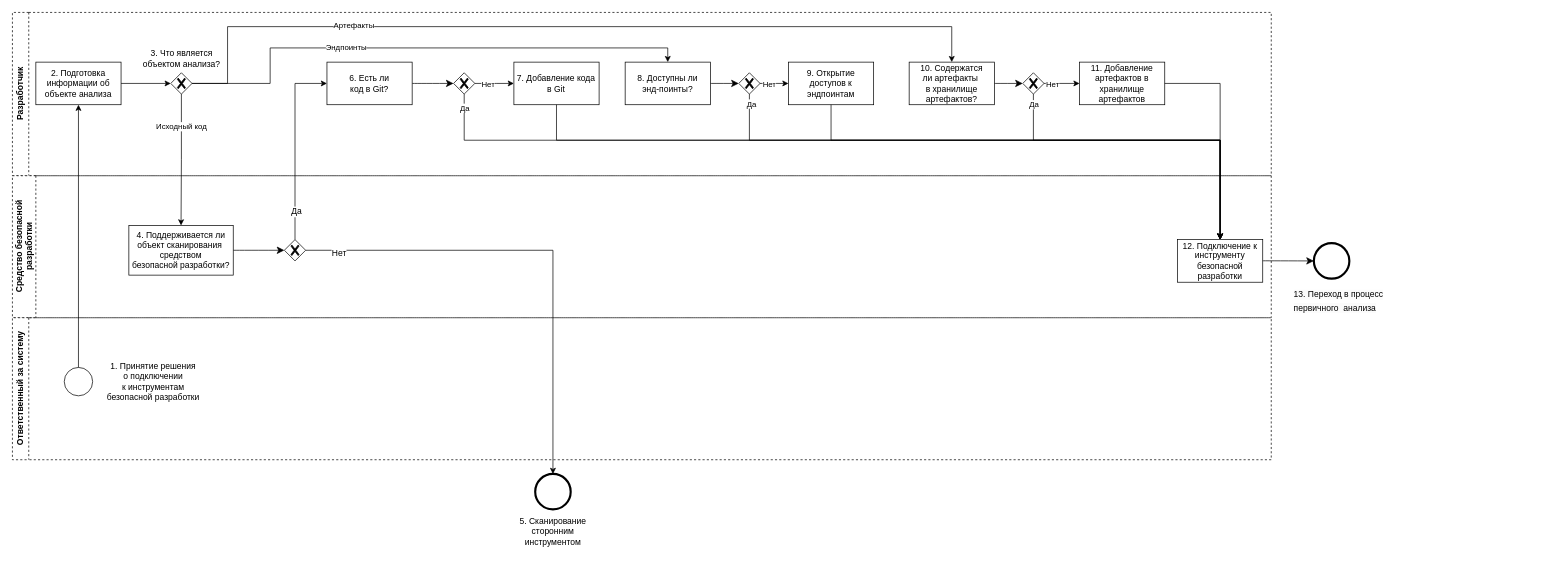
Earlier version of the draw.io diagram page "Подключение" (1 of 4) of Alfa.drawio (GoluzinaD/Python). Source tidied: cells renumbered, new cells numbered last; positions are measured from the earlier drawing's top-left corner, leaving out a move shared by most shapes. Both pictures are drawn from the tidied source at 71%, with x=0, y=0 at pixel (12, 12).
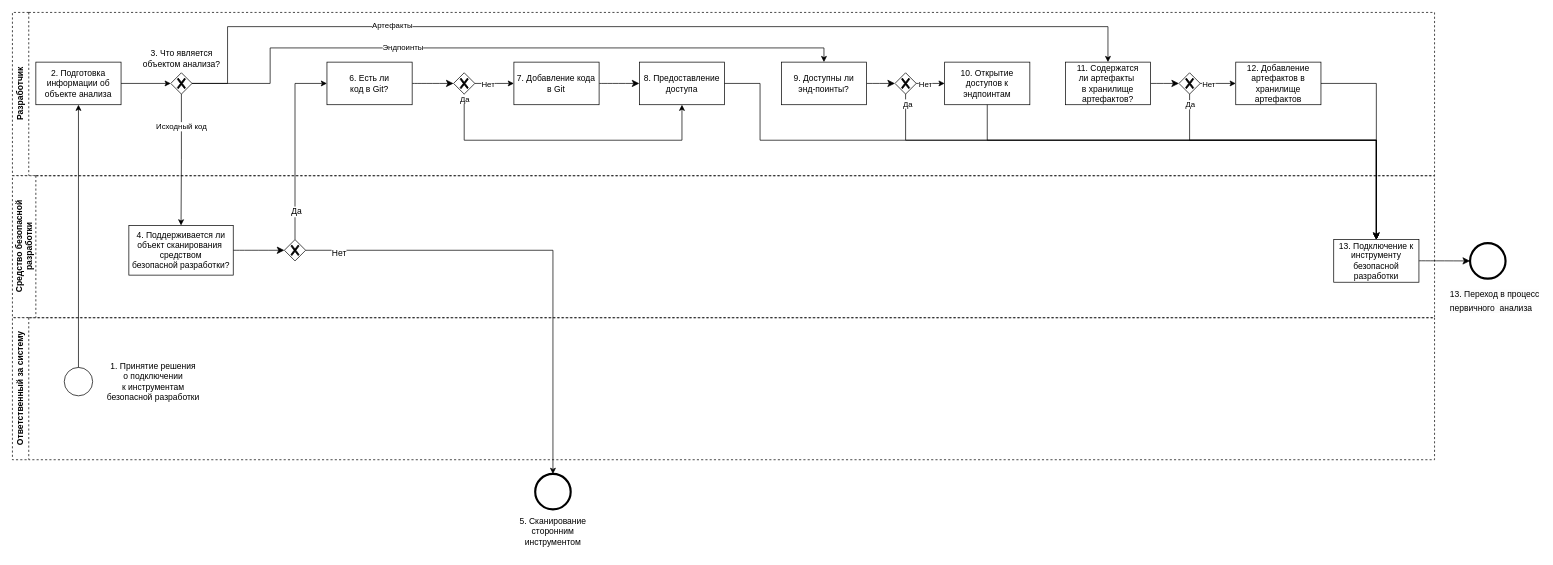
Above is the later version.

The change refers to these unchanged cells:
```xml
<mxCell id="8" style="points=[[0.25,0.25,0],[0.5,0,0],[0.75,0.25,0],[1,0.5,0],[0.75,0.75,0],[0.5,1,0],[0.25,0.75,0],[0,0.5,0]];shape=mxgraph.bpmn.gateway2;html=1;verticalLabelPosition=bottom;labelBackgroundColor=#ffffff;verticalAlign=top;align=center;perimeter=rhombusPerimeter;outlineConnect=0;outline=none;symbol=none;gwType=exclusive;" parent="3" vertex="1">
  <mxGeometry x="223" y="85" width="30" height="30" as="geometry" />
</mxCell>
<mxCell id="12" style="points=[[0.25,0.25,0],[0.5,0,0],[0.75,0.25,0],[1,0.5,0],[0.75,0.75,0],[0.5,1,0],[0.25,0.75,0],[0,0.5,0]];shape=mxgraph.bpmn.gateway2;html=1;verticalLabelPosition=bottom;labelBackgroundColor=#ffffff;verticalAlign=top;align=center;perimeter=rhombusPerimeter;outlineConnect=0;outline=none;symbol=none;gwType=exclusive;" parent="3" vertex="1">
  <mxGeometry x="621.3" y="85" width="30" height="30" as="geometry" />
</mxCell>
<mxCell id="19" value="7. Добавление кода в Git" style="rounded=0;whiteSpace=wrap;html=1;" parent="3" vertex="1">
  <mxGeometry x="706.3" y="70" width="120" height="60" as="geometry" />
</mxCell>
```

Change to the diagram source:
```diff
@@
     <mxCell id="3" value="Разработчик" style="swimlane;horizontal=0;whiteSpace=wrap;html=1;dashed=1;" parent="1" vertex="1">
-      <mxGeometry width="1773" height="230" as="geometry" />
+      <mxGeometry width="2003" height="230" as="geometry" />
     </mxCell>
-    <mxCell id="4" style="edgeStyle=orthogonalEdgeStyle;rounded=0;jettySize=auto;html=1;" parent="3" edge="1" source="8">
+    <mxCell id="4" style="edgeStyle=orthogonalEdgeStyle;rounded=0;jettySize=auto;html=1;entryX=0.5;entryY=0;entryDx=0;entryDy=0;" parent="3" edge="1" source="8" target="27">
       <mxGeometry relative="1" as="geometry">
-        <mxPoint x="923" y="70" as="targetPoint" />
         <Array as="points">
           <mxPoint x="363" y="100" />
           <mxPoint x="363" y="50" />
-          <mxPoint x="923" y="50" />
+          <mxPoint x="1143" y="50" />
         </Array>
       </mxGeometry>
     </mxCell>
@@
     <mxCell id="6" style="edgeStyle=orthogonalEdgeStyle;rounded=0;jettySize=auto;html=1;entryX=0.5;entryY=0;entryDx=0;entryDy=0;" parent="3" edge="1" source="8" target="29">
       <mxGeometry relative="1" as="geometry">
         <Array as="points">
           <mxPoint x="303" y="100" />
           <mxPoint x="303" y="20" />
-          <mxPoint x="1323" y="20" />
+          <mxPoint x="1543" y="20" />
         </Array>
       </mxGeometry>
     </mxCell>
@@
     <mxCell id="13" style="edgeStyle=orthogonalEdgeStyle;rounded=0;jettySize=auto;html=1;entryX=0;entryY=0.5;entryDx=0;entryDy=0;" parent="3" edge="1" source="15" target="20">
       <mxGeometry relative="1" as="geometry">
         <Array as="points">
-          <mxPoint x="1073" y="100" />
-          <mxPoint x="1073" y="100" />
+          <mxPoint x="1293" y="100" />
+          <mxPoint x="1293" y="100" />
         </Array>
       </mxGeometry>
     </mxCell>
@@
     <mxCell id="15" style="points=[[0.25,0.25,0],[0.5,0,0],[0.75,0.25,0],[1,0.5,0],[0.75,0.75,0],[0.5,1,0],[0.25,0.75,0],[0,0.5,0]];shape=mxgraph.bpmn.gateway2;html=1;verticalLabelPosition=bottom;labelBackgroundColor=#ffffff;verticalAlign=top;align=center;perimeter=rhombusPerimeter;outlineConnect=0;outline=none;symbol=none;gwType=exclusive;" parent="3" vertex="1">
-      <mxGeometry x="1023" y="85" width="30" height="30" as="geometry" />
+      <mxGeometry x="1243" y="85" width="30" height="30" as="geometry" />
     </mxCell>
     <mxCell id="16" style="edgeStyle=orthogonalEdgeStyle;rounded=0;jettySize=auto;html=1;entryX=0;entryY=0.5;entryDx=0;entryDy=0;" parent="3" edge="1" source="18" target="21">
       <mxGeometry relative="1" as="geometry">
         <Array as="points">
-          <mxPoint x="1473" y="100" />
-          <mxPoint x="1473" y="100" />
+          <mxPoint x="1693" y="100" />
+          <mxPoint x="1693" y="100" />
         </Array>
       </mxGeometry>
     </mxCell>
@@
     <mxCell id="18" style="points=[[0.25,0.25,0],[0.5,0,0],[0.75,0.25,0],[1,0.5,0],[0.75,0.75,0],[0.5,1,0],[0.25,0.75,0],[0,0.5,0]];shape=mxgraph.bpmn.gateway2;html=1;verticalLabelPosition=bottom;labelBackgroundColor=#ffffff;verticalAlign=top;align=center;perimeter=rhombusPerimeter;outlineConnect=0;outline=none;symbol=none;gwType=exclusive;" parent="3" vertex="1">
-      <mxGeometry x="1423" y="85" width="30" height="30" as="geometry" />
+      <mxGeometry x="1643" y="85" width="30" height="30" as="geometry" />
     </mxCell>
+    <mxCell id="58" style="edgeStyle=none;curved=1;rounded=0;jettySize=auto;html=1;entryX=0;entryY=0.5;entryDx=0;entryDy=0;fontSize=12;startSize=8;endSize=8;" parent="3" edge="1" source="19" target="59">
+      <mxGeometry relative="1" as="geometry" />
+    </mxCell>
@@
-    <mxCell id="20" value="9. Открытие доступов к эндпоинтам" style="rounded=0;whiteSpace=wrap;html=1;" parent="3" vertex="1">
-      <mxGeometry x="1093" y="70" width="120" height="60" as="geometry" />
+    <mxCell id="20" value="10. Открытие доступов к эндпоинтам" style="rounded=0;whiteSpace=wrap;html=1;" parent="3" vertex="1">
+      <mxGeometry x="1313" y="70" width="120" height="60" as="geometry" />
     </mxCell>
-    <mxCell id="21" value="11. Добавление артефактов в хранилище артефактов" style="rounded=0;whiteSpace=wrap;html=1;" parent="3" vertex="1">
-      <mxGeometry x="1503" y="70" width="120" height="60" as="geometry" />
+    <mxCell id="21" value="12. Добавление артефактов в хранилище артефактов" style="rounded=0;whiteSpace=wrap;html=1;" parent="3" vertex="1">
+      <mxGeometry x="1723" y="70" width="120" height="60" as="geometry" />
     </mxCell>
@@
-    <mxCell id="27" value="8. Доступны ли&lt;br style=&quot;border-color: var(--border-color);&quot;&gt;&lt;span style=&quot;&quot;&gt;энд-поинты?&lt;/span&gt;" style="rounded=0;whiteSpace=wrap;html=1;" parent="3" vertex="1">
-      <mxGeometry x="863" y="70" width="120" height="60" as="geometry" />
+    <mxCell id="27" value="9. Доступны ли&lt;br style=&quot;border-color: var(--border-color);&quot;&gt;&lt;span style=&quot;&quot;&gt;энд-поинты?&lt;/span&gt;" style="rounded=0;whiteSpace=wrap;html=1;" parent="3" vertex="1">
+      <mxGeometry x="1083" y="70" width="120" height="60" as="geometry" />
     </mxCell>
@@
-    <mxCell id="29" value="10. Содержатся&lt;br style=&quot;border-color: var(--border-color);&quot;&gt;&lt;span style=&quot;&quot;&gt;ли артефакты&amp;nbsp;&lt;/span&gt;&lt;br style=&quot;border-color: var(--border-color);&quot;&gt;&lt;span style=&quot;&quot;&gt;в хранилище&lt;/span&gt;&lt;br style=&quot;border-color: var(--border-color);&quot;&gt;&lt;span style=&quot;&quot;&gt;артефактов?&lt;/span&gt;" style="rounded=0;whiteSpace=wrap;html=1;" parent="3" vertex="1">
-      <mxGeometry x="1263" y="70" width="120" height="60" as="geometry" />
+    <mxCell id="29" value="11. Содержатся&lt;br style=&quot;border-color: var(--border-color);&quot;&gt;&lt;span style=&quot;&quot;&gt;ли артефакты&amp;nbsp;&lt;/span&gt;&lt;br style=&quot;border-color: var(--border-color);&quot;&gt;&lt;span style=&quot;&quot;&gt;в хранилище&lt;/span&gt;&lt;br style=&quot;border-color: var(--border-color);&quot;&gt;&lt;span style=&quot;&quot;&gt;артефактов?&lt;/span&gt;" style="rounded=0;whiteSpace=wrap;html=1;" parent="3" vertex="1">
+      <mxGeometry x="1483" y="70" width="120" height="60" as="geometry" />
     </mxCell>
+    <mxCell id="59" value="8. Предоставление доступа" style="rounded=0;whiteSpace=wrap;html=1;" parent="3" vertex="1">
+      <mxGeometry x="883" y="70" width="120" height="60" as="geometry" />
+    </mxCell>
+    <mxCell id="45" style="edgeStyle=orthogonalEdgeStyle;rounded=0;jettySize=auto;html=1;entryX=0.5;entryY=1;entryDx=0;entryDy=0;" parent="3" edge="1" source="12" target="59">
+      <mxGeometry relative="1" as="geometry">
+        <Array as="points">
+          <mxPoint x="636" y="180" />
+          <mxPoint x="943" y="180" />
+        </Array>
+      </mxGeometry>
+    </mxCell>
+    <mxCell id="46" value="Да" style="edgeLabel;html=1;align=center;verticalAlign=middle;" parent="45" vertex="1">
+      <mxGeometry x="-0.97" relative="1" as="geometry" />
+    </mxCell>
     <mxCell id="30" value="Средство безопасной разработки" style="swimlane;horizontal=0;whiteSpace=wrap;html=1;startSize=33;dashed=1;" parent="1" vertex="1">
-      <mxGeometry y="230" width="1773" height="200" as="geometry" />
+      <mxGeometry y="230" width="2003" height="200" as="geometry" />
     </mxCell>
@@
-    <mxCell id="32" value="12. Подключение к инструменту безопасной разработки" style="rounded=0;whiteSpace=wrap;html=1;" parent="30" vertex="1">
-      <mxGeometry x="1641" y="90" width="120" height="60" as="geometry" />
+    <mxCell id="32" value="13. Подключение к инструменту безопасной разработки" style="rounded=0;whiteSpace=wrap;html=1;" parent="30" vertex="1">
+      <mxGeometry x="1861" y="90" width="120" height="60" as="geometry" />
     </mxCell>
@@
     <mxCell id="35" value="Ответственный за систему" style="swimlane;horizontal=0;whiteSpace=wrap;html=1;startSize=23;dashed=1;" parent="1" vertex="1">
-      <mxGeometry y="430" width="1773" height="200" as="geometry" />
+      <mxGeometry y="430" width="2003" height="200" as="geometry" />
     </mxCell>
@@
-    <mxCell id="45" style="edgeStyle=orthogonalEdgeStyle;rounded=0;jettySize=auto;html=1;entryX=0.5;entryY=0;entryDx=0;entryDy=0;" parent="1" edge="1" source="12" target="32">
-      <mxGeometry relative="1" as="geometry">
-        <Array as="points">
-          <mxPoint x="636" y="180" />
-          <mxPoint x="1701" y="180" />
-        </Array>
-      </mxGeometry>
-    </mxCell>
-    <mxCell id="46" value="Да" style="edgeLabel;html=1;align=center;verticalAlign=middle;" parent="45" vertex="1">
-      <mxGeometry x="-0.97" relative="1" as="geometry" />
-    </mxCell>
-    <mxCell id="47" style="edgeStyle=orthogonalEdgeStyle;rounded=0;jettySize=auto;html=1;" parent="1" edge="1" source="19" target="32">
-      <mxGeometry relative="1" as="geometry">
-        <Array as="points">
-          <mxPoint x="766" y="180" />
-          <mxPoint x="1701" y="180" />
-        </Array>
-      </mxGeometry>
-    </mxCell>
     <mxCell id="48" style="edgeStyle=orthogonalEdgeStyle;rounded=0;jettySize=auto;html=1;entryX=0.5;entryY=0;entryDx=0;entryDy=0;" parent="1" edge="1" source="15" target="32">
       <mxGeometry relative="1" as="geometry">
         <Array as="points">
-          <mxPoint x="1038" y="180" />
-          <mxPoint x="1701" y="180" />
+          <mxPoint x="1258" y="180" />
+          <mxPoint x="1921" y="180" />
         </Array>
       </mxGeometry>
     </mxCell>
@@
     <mxCell id="50" style="edgeStyle=orthogonalEdgeStyle;rounded=0;jettySize=auto;html=1;entryX=0.5;entryY=0;entryDx=0;entryDy=0;" parent="1" edge="1" source="20" target="32">
       <mxGeometry relative="1" as="geometry">
         <Array as="points">
-          <mxPoint x="1153" y="180" />
-          <mxPoint x="1701" y="180" />
+          <mxPoint x="1373" y="180" />
+          <mxPoint x="1921" y="180" />
         </Array>
       </mxGeometry>
     </mxCell>
     <mxCell id="51" style="edgeStyle=orthogonalEdgeStyle;rounded=0;jettySize=auto;html=1;entryX=0.5;entryY=0;entryDx=0;entryDy=0;" parent="1" edge="1" source="18" target="32">
       <mxGeometry relative="1" as="geometry">
         <Array as="points">
-          <mxPoint x="1438" y="180" />
-          <mxPoint x="1701" y="180" />
+          <mxPoint x="1658" y="180" />
+          <mxPoint x="1921" y="180" />
         </Array>
       </mxGeometry>
     </mxCell>
@@
     <mxCell id="53" style="edgeStyle=orthogonalEdgeStyle;rounded=0;jettySize=auto;html=1;entryX=0.5;entryY=0;entryDx=0;entryDy=0;" parent="1" edge="1" source="21" target="32">
       <mxGeometry relative="1" as="geometry">
         <Array as="points">
-          <mxPoint x="1701" y="100" />
+          <mxPoint x="1921" y="100" />
         </Array>
       </mxGeometry>
     </mxCell>
     <mxCell id="54" value="&lt;span style=&quot;color: rgb(0, 0, 0); font-family: Helvetica; font-size: 12px; font-style: normal; font-variant-ligatures: normal; font-variant-caps: normal; font-weight: 400; letter-spacing: normal; orphans: 2; text-align: center; text-indent: 0px; text-transform: none; widows: 2; word-spacing: 0px; -webkit-text-stroke-width: 0px; background-color: rgb(251, 251, 251); text-decoration-thickness: initial; text-decoration-style: initial; text-decoration-color: initial; float: none; display: inline !important;&quot;&gt;13. Переход в процесс первичного&amp;nbsp; анализа&lt;/span&gt;" style="text;whiteSpace=wrap;html=1;fontSize=16;" parent="1" vertex="1">
-      <mxGeometry x="1803" y="380" width="130" height="60" as="geometry" />
+      <mxGeometry x="2023" y="380" width="130" height="60" as="geometry" />
     </mxCell>
     <mxCell id="55" style="points=[[0.145,0.145,0],[0.5,0,0],[0.855,0.145,0],[1,0.5,0],[0.855,0.855,0],[0.5,1,0],[0.145,0.855,0],[0,0.5,0]];shape=mxgraph.bpmn.event;html=1;verticalLabelPosition=bottom;labelBackgroundColor=#ffffff;verticalAlign=top;align=center;perimeter=ellipsePerimeter;outlineConnect=0;outline=end;symbol=terminate2;fontSize=16;" parent="1" vertex="1">
-      <mxGeometry x="1833" y="325" width="50" height="50" as="geometry" />
+      <mxGeometry x="2053" y="325" width="50" height="50" as="geometry" />
     </mxCell>
     <mxCell id="56" style="edgeStyle=none;curved=1;rounded=0;jettySize=auto;html=1;fontSize=12;startSize=8;endSize=8;entryX=0;entryY=0.5;entryDx=0;entryDy=0;entryPerimeter=0;" parent="1" edge="1" target="55">
       <mxGeometry relative="1" as="geometry">
-        <mxPoint x="1761" y="349.8" as="sourcePoint" />
+        <mxPoint x="1981" y="349.8" as="sourcePoint" />
       </mxGeometry>
     </mxCell>
@@
+    <mxCell id="60" style="edgeStyle=orthogonalEdgeStyle;rounded=0;jettySize=auto;html=1;entryX=0.5;entryY=0;entryDx=0;entryDy=0;fontSize=12;startSize=8;endSize=8;" parent="1" edge="1" source="59" target="32">
+      <mxGeometry relative="1" as="geometry">
+        <Array as="points">
+          <mxPoint x="1053" y="100" />
+          <mxPoint x="1053" y="180" />
+          <mxPoint x="1921" y="180" />
+        </Array>
+      </mxGeometry>
+    </mxCell>
```
